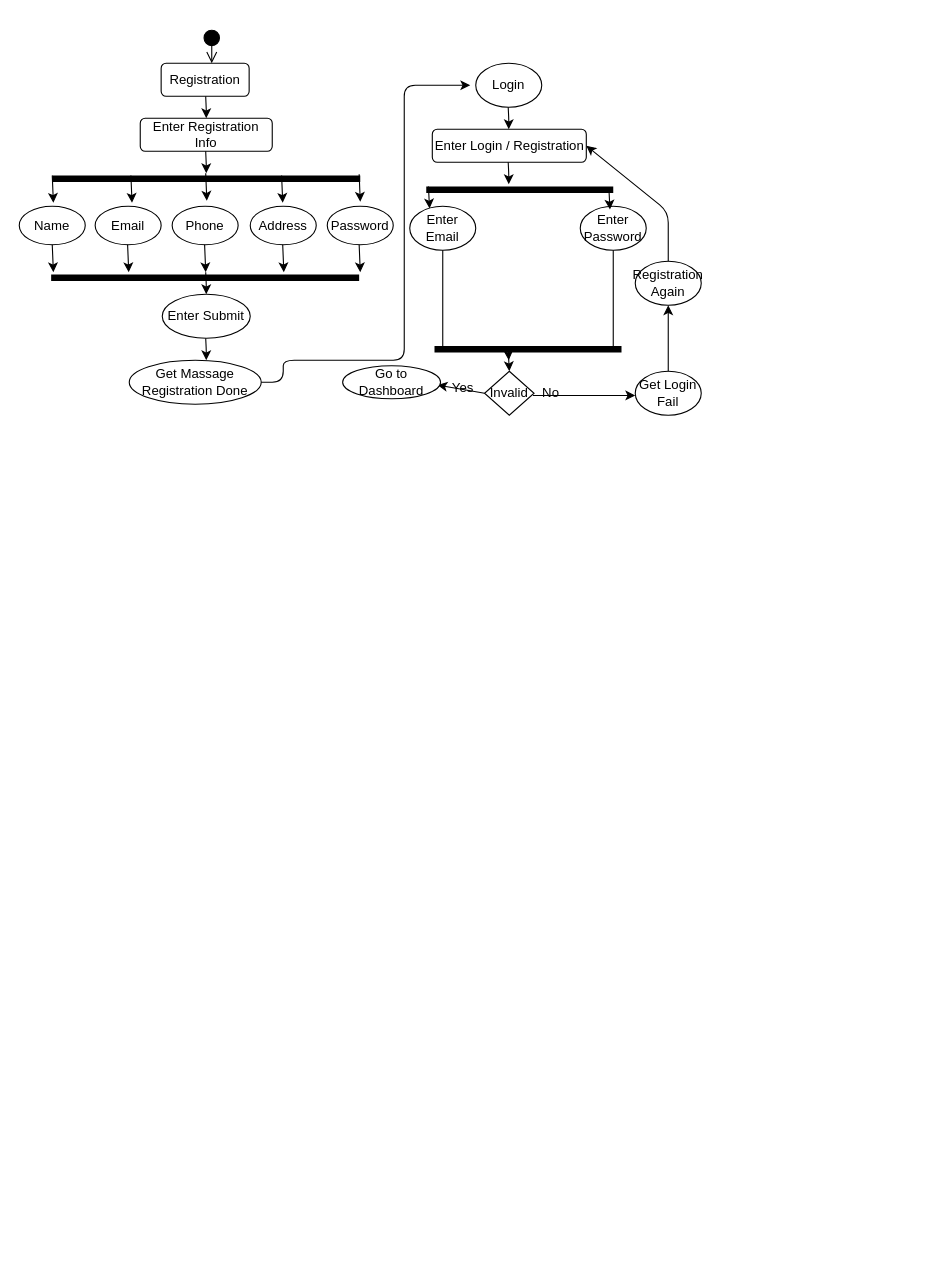
Earlier version of the draw.io diagram database/Activity Diagram Admin.drawio (SHIMAISRAFIL/Transport-Schedule). Source tidied: cells renumbered, new cells numbered last; positions are measured from the earlier drawing's top-left corner, leaving out a move shared by most shapes. Both pictures are drawn from the tidied source at 110%, with x=0, y=0 at pixel (19, 29).
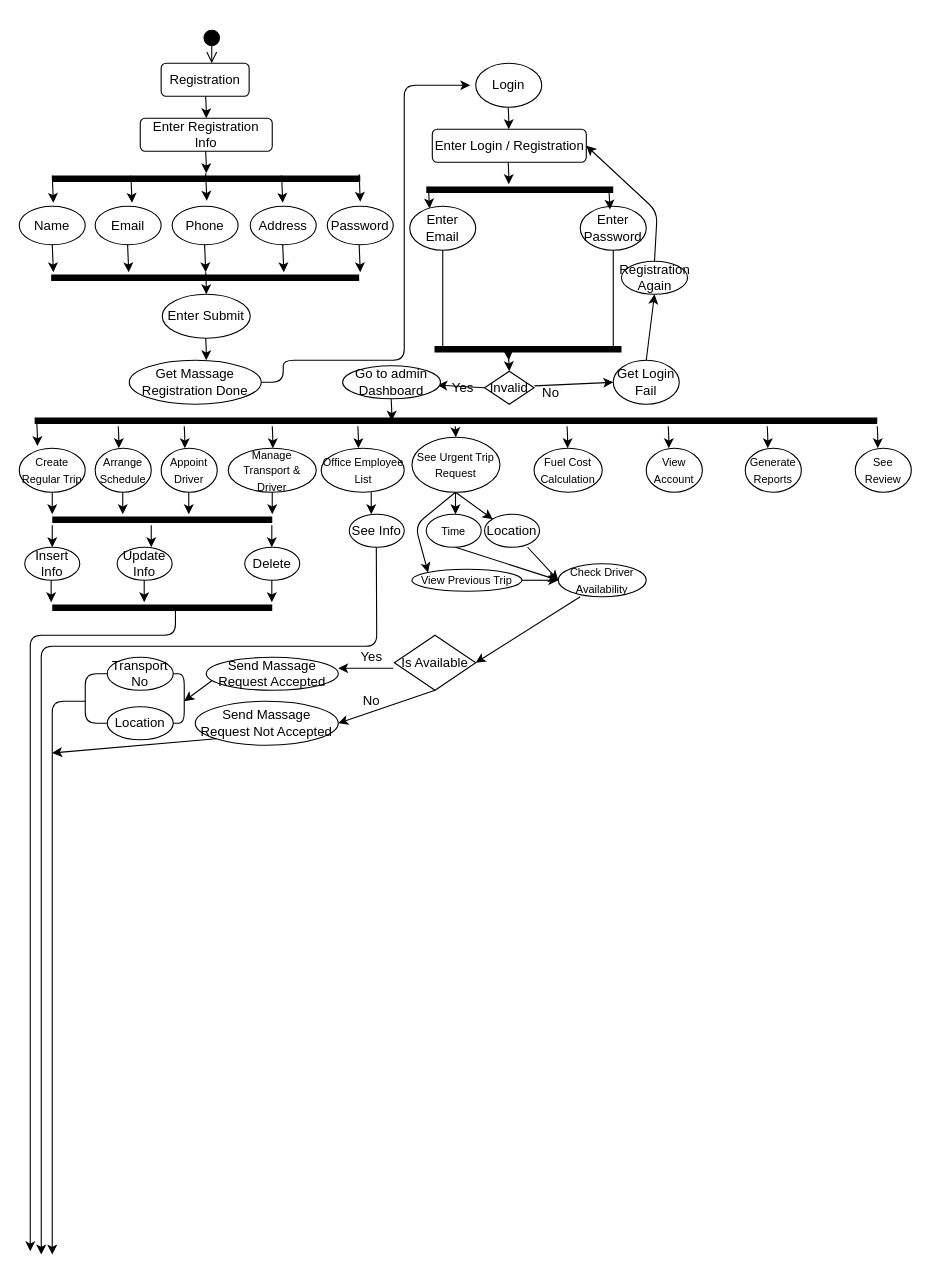
Above is the later version.

Unchanged cells that the change refers to:
```xml
<mxCell id="9" value="Enter Login / Registration" style="rounded=1;whiteSpace=wrap;html=1;" parent="1" vertex="1">
  <mxGeometry x="375.5" y="91" width="140" height="30" as="geometry" />
</mxCell>
<mxCell id="22" value="No" style="text;html=1;align=center;verticalAlign=middle;points=[];strokeColor=none;" parent="1" vertex="1">
  <mxGeometry x="468" y="321" width="30" height="20" as="geometry" />
</mxCell>
```

Change to the diagram source:
```diff
@@
     <mxCell id="17" value="Invalid" style="rhombus;whiteSpace=wrap;html=1;" parent="1" vertex="1">
-      <mxGeometry x="423" y="311" width="45" height="40" as="geometry" />
+      <mxGeometry x="423" y="311" width="45" height="30" as="geometry" />
     </mxCell>
@@
-    <mxCell id="19" value="Go to Dashboard" style="ellipse;whiteSpace=wrap;html=1;" parent="1" vertex="1">
+    <mxCell id="19" value="Go to admin Dashboard" style="ellipse;whiteSpace=wrap;html=1;" parent="1" vertex="1">
       <mxGeometry x="294" y="306" width="89" height="30" as="geometry" />
     </mxCell>
@@
-    <mxCell id="21" style="endArrow=classic;html=1;entryX=0;entryY=0.5;entryDx=0;entryDy=0;" parent="1" edge="1">
-      <mxGeometry x="10" y="32" as="geometry">
-        <mxPoint x="467" y="333" as="sourcePoint" />
-        <mxPoint x="560" y="333" as="targetPoint" />
-      </mxGeometry>
+    <mxCell id="21" style="endArrow=classic;html=1;entryX=0;entryY=0.5;entryDx=0;entryDy=0;exitX=0.011;exitY=0.167;exitDx=0;exitDy=0;exitPerimeter=0;" parent="1" edge="1" source="22" target="23">
+      <mxGeometry x="10" y="32" as="geometry" />
     </mxCell>
@@
     <mxCell id="23" value="Get Login Fail" style="ellipse;whiteSpace=wrap;html=1;" parent="1" vertex="1">
-      <mxGeometry x="560" y="311" width="60" height="40" as="geometry" />
+      <mxGeometry x="540" y="301" width="60" height="40" as="geometry" />
     </mxCell>
-    <mxCell id="24" style="endArrow=classic;html=1;entryX=1;entryY=0.5;entryDx=0;entryDy=0;" parent="1" edge="1" target="9">
+    <mxCell id="24" style="endArrow=classic;html=1;entryX=1;entryY=0.5;entryDx=0;entryDy=0;exitX=0.5;exitY=0;exitDx=0;exitDy=0;" parent="1" edge="1" source="25" target="9">
       <mxGeometry x="10" y="40" as="geometry">
-        <mxPoint x="590" y="251" as="sourcePoint" />
         <Array as="points">
-          <mxPoint x="590" y="166" />
+          <mxPoint x="580" y="166" />
         </Array>
       </mxGeometry>
     </mxCell>
     <mxCell id="25" value="Registration Again" style="ellipse;whiteSpace=wrap;html=1;" parent="1" vertex="1">
-      <mxGeometry x="560" y="211" width="60" height="40" as="geometry" />
+      <mxGeometry x="547.5" y="211" width="60" height="30" as="geometry" />
     </mxCell>
@@
+    <mxCell id="53" style="shape=line;html=1;strokeWidth=6;" parent="1" vertex="1">
+      <mxGeometry x="14" y="351" width="766" height="10" as="geometry" />
+    </mxCell>
+    <mxCell id="54" style="endArrow=classic;html=1;" parent="1" edge="1">
+      <mxGeometry x="-418.5" y="218" as="geometry">
+        <mxPoint x="16" y="359" as="sourcePoint" />
+        <mxPoint x="16.5" y="379" as="targetPoint" />
+        <Array as="points">
+          <mxPoint x="16.5" y="369" />
+        </Array>
+      </mxGeometry>
+    </mxCell>
+    <mxCell id="55" style="endArrow=classic;html=1;" parent="1" edge="1">
+      <mxGeometry x="-344.5" y="220" as="geometry">
+        <mxPoint x="90" y="361" as="sourcePoint" />
+        <mxPoint x="90.5" y="381" as="targetPoint" />
+        <Array as="points">
+          <mxPoint x="90.5" y="371" />
+        </Array>
+      </mxGeometry>
+    </mxCell>
+    <mxCell id="56" style="endArrow=classic;html=1;" parent="1" edge="1">
+      <mxGeometry x="-284.5" y="220" as="geometry">
+        <mxPoint x="150" y="361" as="sourcePoint" />
+        <mxPoint x="150.5" y="381" as="targetPoint" />
+        <Array as="points">
+          <mxPoint x="150.5" y="371" />
+        </Array>
+      </mxGeometry>
+    </mxCell>
+    <mxCell id="57" style="endArrow=classic;html=1;" parent="1" edge="1">
+      <mxGeometry x="-204.5" y="220" as="geometry">
+        <mxPoint x="230" y="361" as="sourcePoint" />
+        <mxPoint x="230.5" y="381" as="targetPoint" />
+        <Array as="points">
+          <mxPoint x="230.5" y="371" />
+        </Array>
+      </mxGeometry>
+    </mxCell>
+    <mxCell id="58" style="endArrow=classic;html=1;" parent="1" edge="1">
+      <mxGeometry x="-126.7" y="220" as="geometry">
+        <mxPoint x="307.8" y="361" as="sourcePoint" />
+        <mxPoint x="308.3" y="381" as="targetPoint" />
+        <Array as="points">
+          <mxPoint x="308.3" y="371" />
+        </Array>
+      </mxGeometry>
+    </mxCell>
+    <mxCell id="59" style="endArrow=classic;html=1;" parent="1" edge="1">
+      <mxGeometry x="-38.1" y="220" as="geometry">
+        <mxPoint x="396.4" y="361" as="sourcePoint" />
+        <mxPoint x="397" y="371" as="targetPoint" />
+        <Array as="points">
+          <mxPoint x="396.9" y="371" />
+        </Array>
+      </mxGeometry>
+    </mxCell>
+    <mxCell id="60" style="endArrow=classic;html=1;" parent="1" edge="1">
+      <mxGeometry x="63.5" y="220" as="geometry">
+        <mxPoint x="498" y="361" as="sourcePoint" />
+        <mxPoint x="498.5" y="381" as="targetPoint" />
+        <Array as="points">
+          <mxPoint x="498.5" y="371" />
+        </Array>
+      </mxGeometry>
+    </mxCell>
+    <mxCell id="61" style="endArrow=classic;html=1;" parent="1" edge="1">
+      <mxGeometry x="155.5" y="220" as="geometry">
+        <mxPoint x="590" y="361" as="sourcePoint" />
+        <mxPoint x="590.5" y="381" as="targetPoint" />
+        <Array as="points">
+          <mxPoint x="590.5" y="371" />
+        </Array>
+      </mxGeometry>
+    </mxCell>
+    <mxCell id="62" style="endArrow=classic;html=1;" parent="1" edge="1">
+      <mxGeometry x="245.5" y="220" as="geometry">
+        <mxPoint x="680" y="361" as="sourcePoint" />
+        <mxPoint x="680.5" y="381" as="targetPoint" />
+        <Array as="points">
+          <mxPoint x="680.5" y="371" />
+        </Array>
+      </mxGeometry>
+    </mxCell>
+    <mxCell id="63" style="endArrow=classic;html=1;" parent="1" edge="1">
+      <mxGeometry x="345.5" y="220" as="geometry">
+        <mxPoint x="780" y="361" as="sourcePoint" />
+        <mxPoint x="780.5" y="381" as="targetPoint" />
+        <Array as="points">
+          <mxPoint x="780.5" y="371" />
+        </Array>
+      </mxGeometry>
+    </mxCell>
+    <mxCell id="64" value="&lt;font style=&quot;font-size: 10px&quot;&gt;Create Regular Trip&lt;/font&gt;" style="ellipse;whiteSpace=wrap;html=1;strokeColor=#000000;" parent="1" vertex="1">
+      <mxGeometry y="381" width="60" height="40" as="geometry" />
+    </mxCell>
+    <mxCell id="65" value="&lt;font style=&quot;font-size: 10px&quot;&gt;Arrange Schedule&lt;/font&gt;" style="ellipse;whiteSpace=wrap;html=1;strokeColor=#000000;" parent="1" vertex="1">
+      <mxGeometry x="69" y="381" width="51" height="40" as="geometry" />
+    </mxCell>
+    <mxCell id="66" value="&lt;font style=&quot;font-size: 10px&quot;&gt;Appoint Driver&lt;/font&gt;" style="ellipse;whiteSpace=wrap;html=1;strokeColor=#000000;" parent="1" vertex="1">
+      <mxGeometry x="129" y="381" width="51" height="40" as="geometry" />
+    </mxCell>
+    <mxCell id="67" value="&lt;font style=&quot;font-size: 10px&quot;&gt;Manage Transport &amp;amp; Driver&lt;/font&gt;" style="ellipse;whiteSpace=wrap;html=1;strokeColor=#000000;" parent="1" vertex="1">
+      <mxGeometry x="190" y="381" width="80" height="40" as="geometry" />
+    </mxCell>
+    <mxCell id="68" value="&lt;font style=&quot;font-size: 10px&quot;&gt;Office Employee List&lt;/font&gt;" style="ellipse;whiteSpace=wrap;html=1;strokeColor=#000000;" parent="1" vertex="1">
+      <mxGeometry x="274.5" y="381" width="75.5" height="40" as="geometry" />
+    </mxCell>
+    <mxCell id="69" value="&lt;font style=&quot;font-size: 10px&quot;&gt;See Urgent Trip Request&lt;/font&gt;" style="ellipse;whiteSpace=wrap;html=1;strokeColor=#000000;" parent="1" vertex="1">
+      <mxGeometry x="357" y="371" width="80" height="50" as="geometry" />
+    </mxCell>
+    <mxCell id="70" value="&lt;font style=&quot;font-size: 10px&quot;&gt;Fuel Cost Calculation&lt;/font&gt;" style="ellipse;whiteSpace=wrap;html=1;strokeColor=#000000;" parent="1" vertex="1">
+      <mxGeometry x="468" y="381" width="62" height="40" as="geometry" />
+    </mxCell>
+    <mxCell id="71" value="&lt;font style=&quot;font-size: 10px&quot;&gt;View Account&lt;/font&gt;" style="ellipse;whiteSpace=wrap;html=1;strokeColor=#000000;" parent="1" vertex="1">
+      <mxGeometry x="570" y="381" width="51" height="40" as="geometry" />
+    </mxCell>
+    <mxCell id="72" value="&lt;font style=&quot;font-size: 10px&quot;&gt;Generate Reports&lt;/font&gt;" style="ellipse;whiteSpace=wrap;html=1;strokeColor=#000000;" parent="1" vertex="1">
+      <mxGeometry x="660" y="381" width="51" height="40" as="geometry" />
+    </mxCell>
+    <mxCell id="73" value="&lt;font style=&quot;font-size: 10px&quot;&gt;See Review&lt;/font&gt;" style="ellipse;whiteSpace=wrap;html=1;strokeColor=#000000;" parent="1" vertex="1">
+      <mxGeometry x="760" y="381" width="51" height="40" as="geometry" />
+    </mxCell>
+    <mxCell id="74" style="endArrow=classic;html=1;" parent="1" edge="1">
+      <mxGeometry x="-96.4" y="195" as="geometry">
+        <mxPoint x="338.1" y="336" as="sourcePoint" />
+        <mxPoint x="338.6" y="356" as="targetPoint" />
+        <Array as="points">
+          <mxPoint x="338.6" y="346" />
+        </Array>
+      </mxGeometry>
+    </mxCell>
+    <mxCell id="75" style="endArrow=classic;html=1;strokeColor=#000000;exitX=0.5;exitY=1;exitDx=0;exitDy=0;" parent="1" edge="1" source="64">
+      <mxGeometry relative="1" as="geometry">
+        <mxPoint x="30" y="441" as="targetPoint" />
+      </mxGeometry>
+    </mxCell>
+    <mxCell id="76" style="shape=line;html=1;strokeWidth=6;" parent="1" vertex="1">
+      <mxGeometry x="30" y="441" width="200" height="10" as="geometry" />
+    </mxCell>
+    <mxCell id="77" style="endArrow=classic;html=1;strokeColor=#000000;exitX=0.5;exitY=1;exitDx=0;exitDy=0;" parent="1" edge="1">
+      <mxGeometry relative="1" as="geometry">
+        <mxPoint x="94.1" y="421" as="sourcePoint" />
+        <mxPoint x="94.1" y="441" as="targetPoint" />
+      </mxGeometry>
+    </mxCell>
+    <mxCell id="78" style="endArrow=classic;html=1;strokeColor=#000000;exitX=0.5;exitY=1;exitDx=0;exitDy=0;" parent="1" edge="1">
+      <mxGeometry relative="1" as="geometry">
+        <mxPoint x="154.1" y="421" as="sourcePoint" />
+        <mxPoint x="154.1" y="441" as="targetPoint" />
+      </mxGeometry>
+    </mxCell>
+    <mxCell id="79" style="endArrow=classic;html=1;strokeColor=#000000;exitX=0.5;exitY=1;exitDx=0;exitDy=0;" parent="1" edge="1">
+      <mxGeometry relative="1" as="geometry">
+        <mxPoint x="230" y="421" as="sourcePoint" />
+        <mxPoint x="230" y="441" as="targetPoint" />
+      </mxGeometry>
+    </mxCell>
+    <mxCell id="80" style="endArrow=classic;html=1;strokeColor=#000000;exitX=0.5;exitY=1;exitDx=0;exitDy=0;" parent="1" edge="1">
+      <mxGeometry relative="1" as="geometry">
+        <mxPoint x="30" y="451" as="sourcePoint" />
+        <mxPoint x="30" y="471" as="targetPoint" />
+      </mxGeometry>
+    </mxCell>
+    <mxCell id="81" value="Insert Info" style="ellipse;whiteSpace=wrap;html=1;strokeColor=#000000;" parent="1" vertex="1">
+      <mxGeometry x="5" y="471" width="50" height="30" as="geometry" />
+    </mxCell>
+    <mxCell id="82" style="endArrow=classic;html=1;strokeColor=#000000;exitX=0.5;exitY=1;exitDx=0;exitDy=0;" parent="1" edge="1">
+      <mxGeometry relative="1" as="geometry">
+        <mxPoint x="120" y="451" as="sourcePoint" />
+        <mxPoint x="120" y="471" as="targetPoint" />
+      </mxGeometry>
+    </mxCell>
+    <mxCell id="83" style="endArrow=classic;html=1;strokeColor=#000000;exitX=0.5;exitY=1;exitDx=0;exitDy=0;" parent="1" edge="1">
+      <mxGeometry relative="1" as="geometry">
+        <mxPoint x="229.6" y="451" as="sourcePoint" />
+        <mxPoint x="229.6" y="471" as="targetPoint" />
+      </mxGeometry>
+    </mxCell>
+    <mxCell id="84" value="Update Info" style="ellipse;whiteSpace=wrap;html=1;strokeColor=#000000;" parent="1" vertex="1">
+      <mxGeometry x="89" y="471" width="50" height="30" as="geometry" />
+    </mxCell>
+    <mxCell id="85" value="Delete" style="ellipse;whiteSpace=wrap;html=1;strokeColor=#000000;" parent="1" vertex="1">
+      <mxGeometry x="205" y="471" width="50" height="30" as="geometry" />
+    </mxCell>
+    <mxCell id="86" style="shape=line;html=1;strokeWidth=6;" parent="1" vertex="1">
+      <mxGeometry x="30" y="521" width="200" height="10" as="geometry" />
+    </mxCell>
+    <mxCell id="87" style="endArrow=classic;html=1;strokeColor=#000000;exitX=0.5;exitY=1;exitDx=0;exitDy=0;" parent="1" edge="1">
+      <mxGeometry relative="1" as="geometry">
+        <mxPoint x="29" y="501" as="sourcePoint" />
+        <mxPoint x="29" y="521" as="targetPoint" />
+      </mxGeometry>
+    </mxCell>
+    <mxCell id="88" style="endArrow=classic;html=1;strokeColor=#000000;exitX=0.5;exitY=1;exitDx=0;exitDy=0;" parent="1" edge="1">
+      <mxGeometry relative="1" as="geometry">
+        <mxPoint x="113.6" y="501" as="sourcePoint" />
+        <mxPoint x="113.6" y="521" as="targetPoint" />
+      </mxGeometry>
+    </mxCell>
+    <mxCell id="89" style="endArrow=classic;html=1;strokeColor=#000000;exitX=0.5;exitY=1;exitDx=0;exitDy=0;" parent="1" edge="1">
+      <mxGeometry relative="1" as="geometry">
+        <mxPoint x="229.6" y="501" as="sourcePoint" />
+        <mxPoint x="229.6" y="521" as="targetPoint" />
+      </mxGeometry>
+    </mxCell>
+    <mxCell id="90" style="endArrow=classic;html=1;strokeColor=#000000;" parent="1" edge="1">
+      <mxGeometry relative="1" as="geometry">
+        <mxPoint x="142" y="528" as="sourcePoint" />
+        <mxPoint x="10" y="1111" as="targetPoint" />
+        <Array as="points">
+          <mxPoint x="142" y="551" />
+          <mxPoint x="10" y="551" />
+        </Array>
+      </mxGeometry>
+    </mxCell>
+    <mxCell id="91" style="endArrow=classic;html=1;strokeColor=#000000;exitX=0.5;exitY=1;exitDx=0;exitDy=0;" parent="1" edge="1">
+      <mxGeometry relative="1" as="geometry">
+        <mxPoint x="320" y="421" as="sourcePoint" />
+        <mxPoint x="320" y="441" as="targetPoint" />
+      </mxGeometry>
+    </mxCell>
+    <mxCell id="92" value="See Info" style="ellipse;whiteSpace=wrap;html=1;strokeColor=#000000;" parent="1" vertex="1">
+      <mxGeometry x="300" y="441" width="50" height="30" as="geometry" />
+    </mxCell>
+    <mxCell id="93" style="endArrow=classic;html=1;strokeColor=#000000;exitX=0.5;exitY=1;exitDx=0;exitDy=0;" parent="1" edge="1">
+      <mxGeometry relative="1" as="geometry">
+        <mxPoint x="324.6" y="471" as="sourcePoint" />
+        <mxPoint x="20" y="1114" as="targetPoint" />
+        <Array as="points">
+          <mxPoint x="325" y="561" />
+          <mxPoint x="20" y="561" />
+        </Array>
+      </mxGeometry>
+    </mxCell>
+    <mxCell id="94" style="endArrow=classic;html=1;strokeColor=#000000;exitX=0.5;exitY=1;exitDx=0;exitDy=0;" parent="1" edge="1">
+      <mxGeometry relative="1" as="geometry">
+        <mxPoint x="396.6" y="421" as="sourcePoint" />
+        <mxPoint x="396.6" y="441" as="targetPoint" />
+      </mxGeometry>
+    </mxCell>
+    <mxCell id="95" value="&lt;font style=&quot;font-size: 10px&quot;&gt;Time&lt;/font&gt;" style="ellipse;whiteSpace=wrap;html=1;strokeColor=#000000;" parent="1" vertex="1">
+      <mxGeometry x="370" y="441" width="50" height="30" as="geometry" />
+    </mxCell>
+    <mxCell id="96" value="Location" style="ellipse;whiteSpace=wrap;html=1;strokeColor=#000000;" parent="1" vertex="1">
+      <mxGeometry x="423" y="441" width="50" height="30" as="geometry" />
+    </mxCell>
+    <mxCell id="97" value="&lt;font style=&quot;font-size: 10px&quot;&gt;View Previous Trip&lt;/font&gt;" style="ellipse;whiteSpace=wrap;html=1;strokeColor=#000000;" parent="1" vertex="1">
+      <mxGeometry x="357" y="491" width="100" height="20" as="geometry" />
+    </mxCell>
+    <mxCell id="98" style="endArrow=classic;html=1;strokeColor=#000000;exitX=0.5;exitY=1;exitDx=0;exitDy=0;entryX=0;entryY=0;entryDx=0;entryDy=0;" parent="1" edge="1" target="96">
+      <mxGeometry relative="1" as="geometry">
+        <mxPoint x="396.6" y="421" as="sourcePoint" />
+      </mxGeometry>
+    </mxCell>
+    <mxCell id="99" style="endArrow=classic;html=1;strokeColor=#000000;exitX=0.5;exitY=1;exitDx=0;exitDy=0;entryX=0;entryY=0;entryDx=0;entryDy=0;" parent="1" edge="1" target="97">
+      <mxGeometry relative="1" as="geometry">
+        <mxPoint x="396.6" y="421" as="sourcePoint" />
+        <Array as="points">
+          <mxPoint x="360" y="451" />
+        </Array>
+      </mxGeometry>
+    </mxCell>
+    <mxCell id="100" style="endArrow=classic;html=1;strokeColor=#000000;exitX=0.5;exitY=1;exitDx=0;exitDy=0;" parent="1" edge="1">
+      <mxGeometry relative="1" as="geometry">
+        <mxPoint x="396.6" y="471" as="sourcePoint" />
+        <mxPoint x="490" y="501" as="targetPoint" />
+      </mxGeometry>
+    </mxCell>
+    <mxCell id="101" style="endArrow=classic;html=1;strokeColor=#000000;exitX=0.5;exitY=1;exitDx=0;exitDy=0;" parent="1" edge="1">
+      <mxGeometry relative="1" as="geometry">
+        <mxPoint x="462.1" y="471" as="sourcePoint" />
+        <mxPoint x="490" y="501" as="targetPoint" />
+      </mxGeometry>
+    </mxCell>
+    <mxCell id="102" style="endArrow=classic;html=1;strokeColor=#000000;exitX=0.5;exitY=1;exitDx=0;exitDy=0;" parent="1" edge="1">
+      <mxGeometry relative="1" as="geometry">
+        <mxPoint x="457" y="501" as="sourcePoint" />
+        <mxPoint x="490" y="501" as="targetPoint" />
+      </mxGeometry>
+    </mxCell>
+    <mxCell id="103" value="&lt;font style=&quot;font-size: 10px&quot;&gt;Check Driver Availability&lt;/font&gt;" style="ellipse;whiteSpace=wrap;html=1;strokeColor=#000000;" parent="1" vertex="1">
+      <mxGeometry x="490" y="486" width="80" height="30" as="geometry" />
+    </mxCell>
+    <mxCell id="104" style="endArrow=classic;html=1;strokeColor=#000000;exitX=0.5;exitY=1;exitDx=0;exitDy=0;entryX=1;entryY=0.5;entryDx=0;entryDy=0;" parent="1" edge="1" target="105">
+      <mxGeometry relative="1" as="geometry">
+        <mxPoint x="510" y="516" as="sourcePoint" />
+      </mxGeometry>
+    </mxCell>
+    <mxCell id="105" value="Is Available" style="rhombus;whiteSpace=wrap;html=1;strokeColor=#000000;" parent="1" vertex="1">
+      <mxGeometry x="341" y="551" width="74" height="50" as="geometry" />
+    </mxCell>
+    <mxCell id="106" style="endArrow=classic;html=1;strokeColor=#000000;" parent="1" edge="1">
+      <mxGeometry relative="1" as="geometry">
+        <mxPoint x="340" y="581" as="sourcePoint" />
+        <mxPoint x="290" y="581" as="targetPoint" />
+      </mxGeometry>
+    </mxCell>
+    <mxCell id="107" value="Yes" style="text;html=1;align=center;verticalAlign=middle;strokeColor=none;" parent="1" vertex="1">
+      <mxGeometry x="305" y="561" width="30" height="20" as="geometry" />
+    </mxCell>
+    <mxCell id="108" style="endArrow=classic;html=1;strokeColor=#000000;exitX=0.5;exitY=1;exitDx=0;exitDy=0;" parent="1" edge="1" source="105">
+      <mxGeometry relative="1" as="geometry">
+        <mxPoint x="290" y="631" as="targetPoint" />
+      </mxGeometry>
+    </mxCell>
+    <mxCell id="109" value="No" style="text;html=1;align=center;verticalAlign=middle;strokeColor=none;" parent="1" vertex="1">
+      <mxGeometry x="305" y="601" width="30" height="20" as="geometry" />
+    </mxCell>
+    <mxCell id="110" value="Send Massage Request Accepted" style="ellipse;whiteSpace=wrap;html=1;strokeColor=#000000;" parent="1" vertex="1">
+      <mxGeometry x="170" y="571" width="120" height="30" as="geometry" />
+    </mxCell>
+    <mxCell id="111" value="Send Massage Request Not Accepted" style="ellipse;whiteSpace=wrap;html=1;strokeColor=#000000;" parent="1" vertex="1">
+      <mxGeometry x="160" y="611" width="130" height="40" as="geometry" />
+    </mxCell>
+    <mxCell id="112" value="Transport No" style="ellipse;whiteSpace=wrap;html=1;strokeColor=#000000;" parent="1" vertex="1">
+      <mxGeometry x="80" y="571" width="60" height="30" as="geometry" />
+    </mxCell>
+    <mxCell id="113" value="Location" style="ellipse;whiteSpace=wrap;html=1;strokeColor=#000000;" parent="1" vertex="1">
+      <mxGeometry x="80" y="616" width="60" height="30" as="geometry" />
+    </mxCell>
+    <mxCell id="114" style="endArrow=none;html=1;strokeColor=#000000;entryX=1;entryY=0.5;entryDx=0;entryDy=0;exitX=1;exitY=0.5;exitDx=0;exitDy=0;" parent="1" edge="1" source="113" target="112">
+      <mxGeometry relative="1" as="geometry">
+        <Array as="points">
+          <mxPoint x="150" y="631" />
+          <mxPoint x="150" y="586" />
+        </Array>
+      </mxGeometry>
+    </mxCell>
+    <mxCell id="115" style="endArrow=classic;html=1;strokeColor=#000000;exitX=0.042;exitY=0.711;exitDx=0;exitDy=0;exitPerimeter=0;" parent="1" edge="1" source="110">
+      <mxGeometry relative="1" as="geometry">
+        <mxPoint x="150" y="611" as="targetPoint" />
+      </mxGeometry>
+    </mxCell>
+    <mxCell id="116" style="endArrow=none;html=1;strokeColor=#000000;exitX=0;exitY=0.5;exitDx=0;exitDy=0;entryX=0;entryY=0.5;entryDx=0;entryDy=0;" parent="1" edge="1" source="112" target="113">
+      <mxGeometry relative="1" as="geometry">
+        <Array as="points">
+          <mxPoint x="60" y="586" />
+          <mxPoint x="60" y="631" />
+        </Array>
+      </mxGeometry>
+    </mxCell>
+    <mxCell id="117" style="endArrow=classic;html=1;strokeColor=#000000;" parent="1" edge="1">
+      <mxGeometry relative="1" as="geometry">
+        <mxPoint x="60" y="611" as="sourcePoint" />
+        <mxPoint x="30" y="1114" as="targetPoint" />
+        <Array as="points">
+          <mxPoint x="30" y="611" />
+        </Array>
+      </mxGeometry>
+    </mxCell>
+    <mxCell id="118" style="endArrow=classic;html=1;strokeColor=#000000;exitX=0;exitY=1;exitDx=0;exitDy=0;" parent="1" edge="1" source="111">
+      <mxGeometry relative="1" as="geometry">
+        <mxPoint x="30" y="658" as="targetPoint" />
+      </mxGeometry>
+    </mxCell>
```
